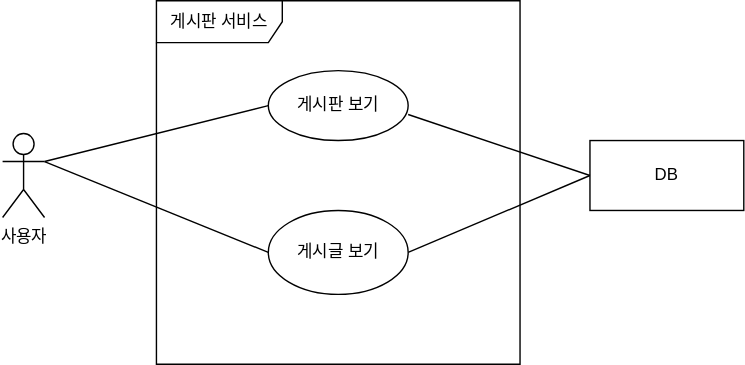
Above: document/use-case.svg in arrilab/practice-board (draw.io), before the change. Source tidied: cells renumbered, new cells last; positions are measured from the earlier drawing's top-left corner, leaving out a move shared by most shapes.
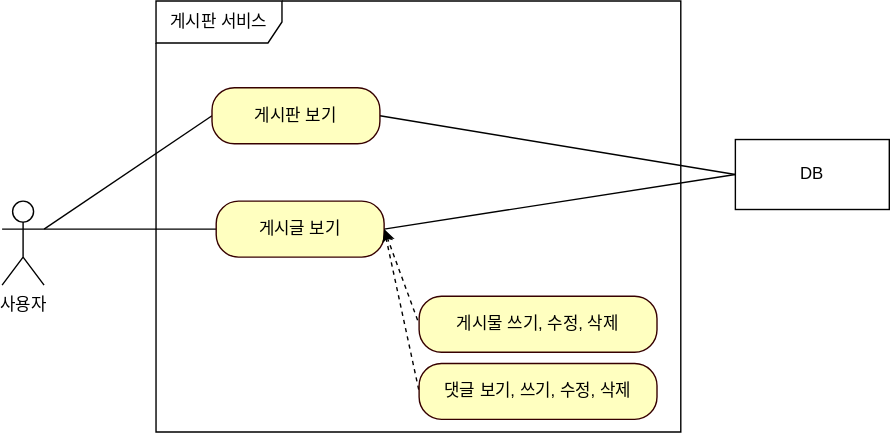
Above is the later version.

Commit message:
doc: 댓글 Use Case 작성 (#15)

diagram.net에서 Use Case 작성 후 저장

Diff of the diagram source:
```diff
@@ -2,32 +2,47 @@
   <root>
     <mxCell id="0" />
     <mxCell id="1" parent="0" />
-    <mxCell id="2" style="rounded=0;jettySize=auto;html=1;exitX=1;exitY=0.3333333333333333;exitDx=0;exitDy=0;exitPerimeter=0;entryX=0;entryY=0.5;entryDx=0;entryDy=0;endArrow=none;endFill=0;" parent="1" edge="1" source="4" target="6">
+    <mxCell id="2" style="rounded=0;jettySize=auto;html=1;exitX=1;exitY=0.3333333333333333;exitDx=0;exitDy=0;exitPerimeter=0;entryX=0;entryY=0.5;entryDx=0;entryDy=0;endArrow=none;endFill=0;" parent="1" edge="1" source="4" target="8">
       <mxGeometry relative="1" as="geometry" />
     </mxCell>
-    <mxCell id="3" style="rounded=0;jettySize=auto;html=1;exitX=1;exitY=0.3333333333333333;exitDx=0;exitDy=0;exitPerimeter=0;entryX=0;entryY=0.5;entryDx=0;entryDy=0;endArrow=none;endFill=0;" parent="1" edge="1" source="4" target="8">
+    <mxCell id="3" style="rounded=0;jettySize=auto;html=1;exitX=1;exitY=0.3333333333333333;exitDx=0;exitDy=0;exitPerimeter=0;entryX=0;entryY=0.5;entryDx=0;entryDy=0;endArrow=none;endFill=0;" parent="1" edge="1" source="4" target="6">
       <mxGeometry relative="1" as="geometry" />
     </mxCell>
     <mxCell id="4" value="사용자" style="shape=umlActor;verticalLabelPosition=bottom;verticalAlign=top;html=1;" parent="1" vertex="1">
-      <mxGeometry y="95" width="30" height="60" as="geometry" />
+      <mxGeometry x="50" y="119" width="30" height="60" as="geometry" />
     </mxCell>
     <mxCell id="5" value="게시판 서비스" style="shape=umlFrame;whiteSpace=wrap;html=1;width=90;height=30;" parent="1" vertex="1">
-      <mxGeometry x="110" width="260" height="260" as="geometry" />
+      <mxGeometry x="160" y="-24" width="375" height="308" as="geometry" />
     </mxCell>
-    <mxCell id="6" value="게시판 보기" style="ellipse;whiteSpace=wrap;html=1;" parent="1" vertex="1">
-      <mxGeometry x="190" y="50" width="100" height="50" as="geometry" />
-    </mxCell>
-    <mxCell id="7" style="rounded=0;jettySize=auto;html=1;exitX=1;exitY=0.5;exitDx=0;exitDy=0;endArrow=none;endFill=0;entryX=0;entryY=0.5;entryDx=0;entryDy=0;" parent="1" edge="1" source="8" target="9">
+    <mxCell id="7" style="rounded=0;jettySize=auto;html=1;exitX=1;exitY=0.5;exitDx=0;exitDy=0;endArrow=none;endFill=0;entryX=0;entryY=0.5;entryDx=0;entryDy=0;" parent="1" edge="1" source="6" target="9">
       <mxGeometry relative="1" as="geometry" />
     </mxCell>
-    <mxCell id="8" value="게시글 보기" style="ellipse;whiteSpace=wrap;html=1;" parent="1" vertex="1">
-      <mxGeometry x="190" y="150" width="100" height="60" as="geometry" />
-    </mxCell>
     <mxCell id="9" value="DB" style="html=1;whiteSpace=wrap;" parent="1" vertex="1">
-      <mxGeometry x="420" y="100" width="110" height="50" as="geometry" />
+      <mxGeometry x="574" y="75" width="110" height="50" as="geometry" />
     </mxCell>
-    <mxCell id="10" style="rounded=0;jettySize=auto;html=1;exitX=0;exitY=0.5;exitDx=0;exitDy=0;entryX=1;entryY=0.628;entryDx=0;entryDy=0;entryPerimeter=0;endArrow=none;endFill=0;" parent="1" edge="1" source="9" target="6">
+    <mxCell id="10" style="rounded=0;jettySize=auto;html=1;exitX=0;exitY=0.5;exitDx=0;exitDy=0;entryX=1;entryY=0.5;entryDx=0;entryDy=0;endArrow=none;endFill=0;" parent="1" edge="1" source="9" target="8">
       <mxGeometry relative="1" as="geometry" />
     </mxCell>
+    <mxCell id="11" style="edgeStyle=orthogonalEdgeStyle;rounded=0;jettySize=auto;html=1;exitX=1;exitY=0.5;exitDx=0;exitDy=0;entryX=0;entryY=0.5;entryDx=0;entryDy=0;strokeColor=none;startArrow=classic;startFill=1;" parent="1" edge="1" source="6" target="13">
+      <mxGeometry relative="1" as="geometry" />
+    </mxCell>
+    <mxCell id="12" style="rounded=0;jettySize=auto;html=1;exitX=1;exitY=0.5;exitDx=0;exitDy=0;entryX=0;entryY=0.5;entryDx=0;entryDy=0;startArrow=classic;startFill=1;endArrow=none;endFill=0;dashed=1;" parent="1" edge="1" source="8" target="13">
+      <mxGeometry relative="1" as="geometry" />
+    </mxCell>
+    <mxCell id="6" value="게시판 보기" style="rounded=1;whiteSpace=wrap;html=1;arcSize=40;fontColor=#000000;fillColor=#ffffc0;strokeColor=#360000;" parent="1" vertex="1">
+      <mxGeometry x="200" y="38" width="120" height="40" as="geometry" />
+    </mxCell>
+    <mxCell id="8" value="게시글 보기" style="rounded=1;whiteSpace=wrap;html=1;arcSize=40;fontColor=#000000;fillColor=#ffffc0;strokeColor=#360000;" parent="1" vertex="1">
+      <mxGeometry x="203" y="119" width="120" height="40" as="geometry" />
+    </mxCell>
+    <mxCell id="13" value="댓글 보기, 쓰기, 수정, 삭제" style="rounded=1;whiteSpace=wrap;html=1;arcSize=40;fontColor=#000000;fillColor=#ffffc0;strokeColor=#360000;" parent="1" vertex="1">
+      <mxGeometry x="348" y="235" width="170" height="40" as="geometry" />
+    </mxCell>
+    <mxCell id="14" value="게시물 쓰기, 수정, 삭제" style="rounded=1;whiteSpace=wrap;html=1;arcSize=40;fontColor=#000000;fillColor=#ffffc0;strokeColor=#360000;" parent="1" vertex="1">
+      <mxGeometry x="348" y="187" width="170" height="40" as="geometry" />
+    </mxCell>
+    <mxCell id="15" style="rounded=0;jettySize=auto;html=1;exitX=1;exitY=0.5;exitDx=0;exitDy=0;entryX=0;entryY=0.5;entryDx=0;entryDy=0;startArrow=classic;startFill=1;endArrow=none;endFill=0;dashed=1;" parent="1" edge="1" source="8" target="14">
+      <mxGeometry relative="1" as="geometry" />
+    </mxCell>
   </root>
 </mxGraphModel>
```
